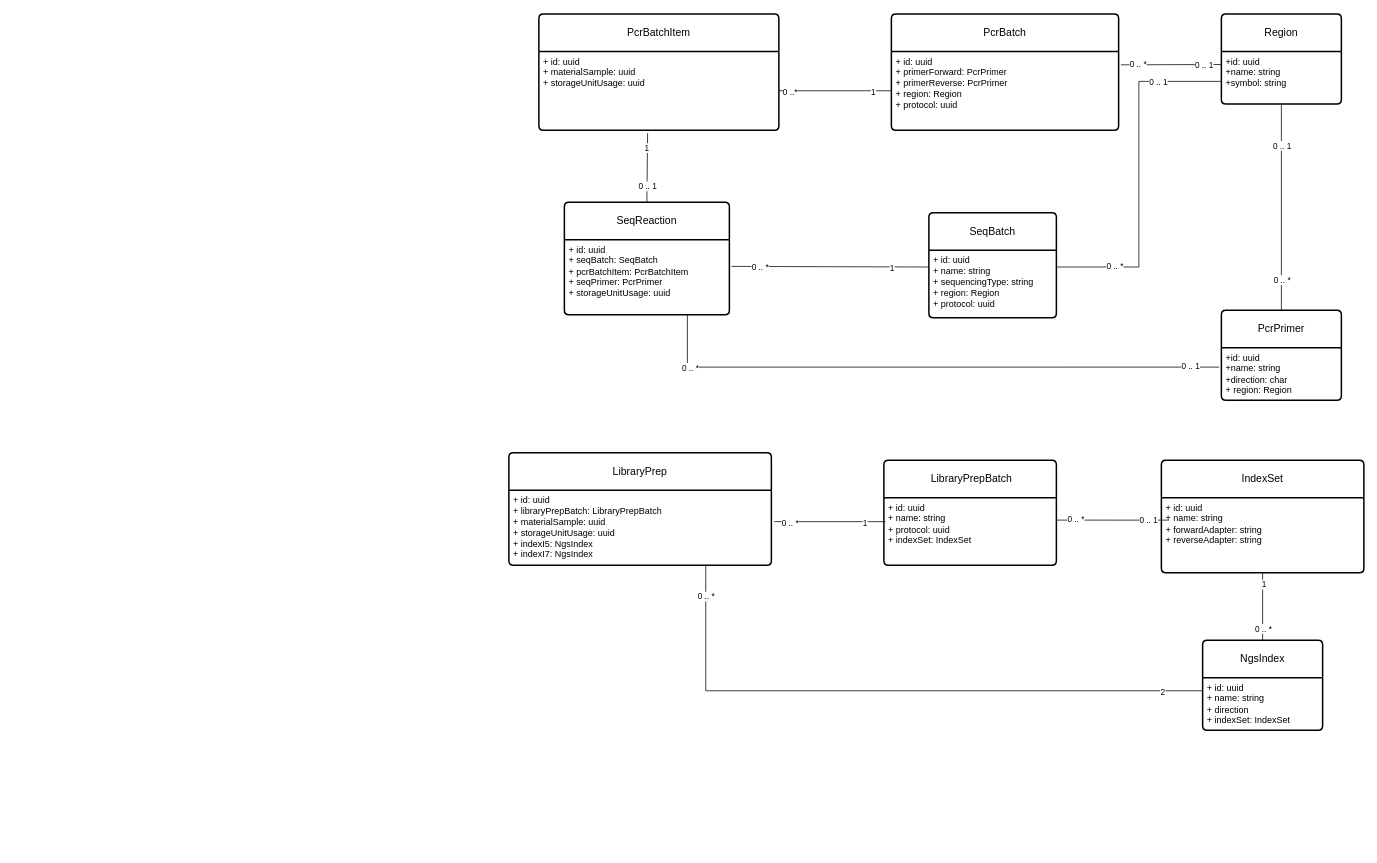
This is docs/sequencingModule.drawio from AAFC-BICoE/seqdb-api, a draw.io file, before an edit. Source tidied: cells renumbered, new cells numbered last; positions are measured from the earlier drawing's top-left corner, leaving out a move shared by most shapes. Both pictures are drawn from the tidied source at 75%, with x=0, y=0 at pixel (508, 14).
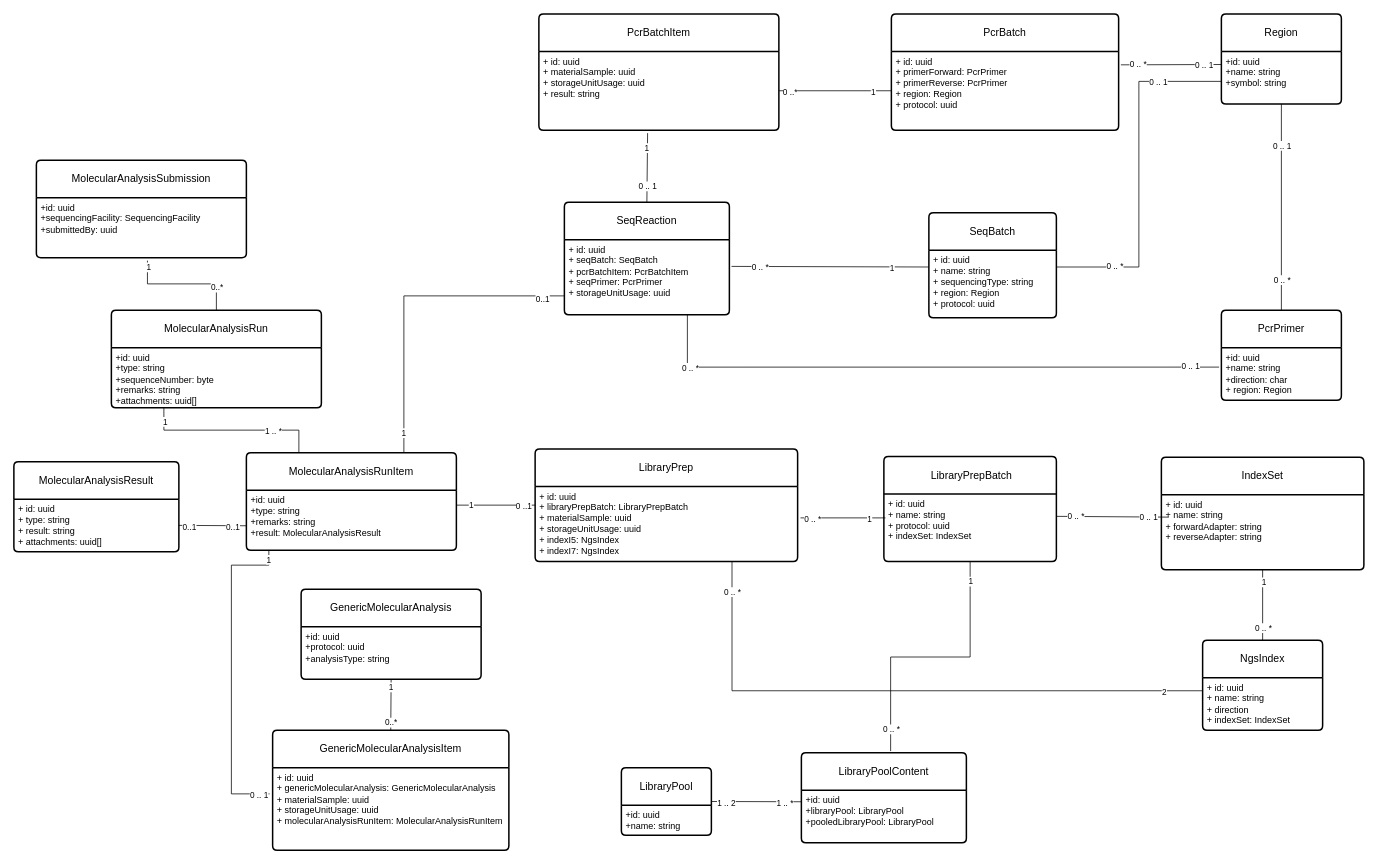
The same page after the edit.

Unchanged cells that the change refers to:
```xml
<mxCell id="2" value="PcrBatchItem" style="swimlane;horizontal=1;startSize=50;rounded=1;fontSize=14;fontStyle=0;strokeWidth=2;shadow=0;dashed=0;align=center;arcSize=4;whiteSpace=wrap;html=1;" parent="1" vertex="1">
  <mxGeometry x="40" width="320" height="155" as="geometry" />
</mxCell>
<mxCell id="22" value="+ id: uuid&lt;br&gt;+ seqBatch: SeqBatch&lt;br&gt;+ pcrBatchItem: PcrBatchItem&lt;div&gt;+ seqPrimer: PcrPrimer&lt;/div&gt;&lt;div&gt;+&amp;nbsp;storageUnitUsage: uuid&lt;/div&gt;" style="align=left;strokeColor=none;fillColor=none;spacingLeft=4;fontSize=12;verticalAlign=top;html=1;" parent="21" vertex="1">
  <mxGeometry y="50" width="220" height="100" as="geometry" />
</mxCell>
<mxCell id="36" value="+ id: uuid&lt;br&gt;+ libraryPrepBatch: LibraryPrepBatch&lt;br&gt;+&amp;nbsp;materialSample: uuid&lt;div&gt;+&amp;nbsp;storageUnitUsage: uuid&lt;/div&gt;&lt;div&gt;+&amp;nbsp;indexI5: NgsIndex&lt;/div&gt;&lt;div&gt;+&amp;nbsp;indexI7: NgsIndex&lt;/div&gt;" style="align=left;strokeColor=none;fillColor=none;spacingLeft=4;fontSize=12;verticalAlign=top;html=1;" parent="35" vertex="1">
  <mxGeometry y="50" width="350" height="100" as="geometry" />
</mxCell>
<mxCell id="38" value="+ id: uuid&lt;br&gt;+ name: string&lt;br&gt;+ protocol: uuid&lt;div&gt;+&amp;nbsp;indexSet: IndexSet&lt;/div&gt;" style="align=left;strokeColor=none;fillColor=none;spacingLeft=4;fontSize=12;verticalAlign=top;html=1;" parent="37" vertex="1">
  <mxGeometry y="50" width="230" height="90" as="geometry" />
</mxCell>
```

Diff of the diagram source:
```diff
@@
-    <mxCell id="3" value="+ id: uuid&lt;br&gt;+ materialSample: uuid&lt;br&gt;+ storageUnitUsage: uuid" style="align=left;strokeColor=none;fillColor=none;spacingLeft=4;fontSize=12;verticalAlign=top;html=1;" parent="2" vertex="1">
+    <mxCell id="3" value="+ id: uuid&lt;br&gt;+ materialSample: uuid&lt;br&gt;+ storageUnitUsage: uuid&lt;div&gt;+ result: string&lt;/div&gt;" style="align=left;strokeColor=none;fillColor=none;spacingLeft=4;fontSize=12;verticalAlign=top;html=1;" parent="2" vertex="1">
       <mxGeometry y="50" width="320" height="105" as="geometry" />
     </mxCell>
@@
     <mxCell id="35" value="LibraryPrep" style="swimlane;horizontal=1;startSize=50;rounded=1;fontSize=14;fontStyle=0;strokeWidth=2;shadow=0;dashed=0;align=center;arcSize=4;whiteSpace=wrap;html=1;" parent="1" vertex="1">
-      <mxGeometry y="585" width="350" height="150" as="geometry" />
+      <mxGeometry x="35" y="580" width="350" height="150" as="geometry" />
     </mxCell>
@@
     <mxCell id="37" value="&amp;nbsp;LibraryPrepBatch" style="swimlane;horizontal=1;startSize=50;rounded=1;fontSize=14;fontStyle=0;strokeWidth=2;shadow=0;dashed=0;align=center;arcSize=4;whiteSpace=wrap;html=1;" parent="1" vertex="1">
-      <mxGeometry x="500" y="595" width="230" height="140" as="geometry" />
+      <mxGeometry x="500" y="590" width="230" height="140" as="geometry" />
     </mxCell>
@@
     <mxCell id="39" value="IndexSet" style="swimlane;horizontal=1;startSize=50;rounded=1;fontSize=14;fontStyle=0;strokeWidth=2;shadow=0;dashed=0;align=center;arcSize=4;whiteSpace=wrap;html=1;" parent="1" vertex="1">
-      <mxGeometry x="870" y="595" width="270" height="150" as="geometry" />
+      <mxGeometry x="870" y="591" width="270" height="150" as="geometry" />
     </mxCell>
@@
+    <mxCell id="55" value="MolecularAnalysisResult" style="swimlane;horizontal=1;startSize=50;rounded=1;fontSize=14;fontStyle=0;strokeWidth=2;shadow=0;dashed=0;align=center;arcSize=4;whiteSpace=wrap;html=1;" parent="1" vertex="1">
+      <mxGeometry x="-660" y="597" width="220" height="120" as="geometry" />
+    </mxCell>
+    <mxCell id="56" value="+ id: uuid&lt;div&gt;+ type: string&lt;br&gt;+ result: string&lt;br&gt;+ attachments: uuid[]&lt;/div&gt;" style="align=left;strokeColor=none;fillColor=none;spacingLeft=4;fontSize=12;verticalAlign=top;html=1;" parent="55" vertex="1">
+      <mxGeometry y="50" width="220" height="70" as="geometry" />
+    </mxCell>
+    <mxCell id="57" value="GenericMolecularAnalysisItem" style="swimlane;horizontal=1;startSize=50;rounded=1;fontSize=14;fontStyle=0;strokeWidth=2;shadow=0;dashed=0;align=center;arcSize=4;whiteSpace=wrap;html=1;" parent="1" vertex="1">
+      <mxGeometry x="-315" y="955" width="315" height="160" as="geometry" />
+    </mxCell>
+    <mxCell id="58" value="+ id: uuid&lt;div style=&quot;&quot;&gt;+ g&lt;span style=&quot;text-align: center; text-wrap: wrap;&quot;&gt;enericMolecularAnalysis:&amp;nbsp;&lt;/span&gt;&lt;span style=&quot;text-align: center; text-wrap: wrap;&quot;&gt;GenericMolecularAnalysis&lt;/span&gt;&lt;br&gt;+&amp;nbsp;materialSample: uuid&lt;div&gt;+&amp;nbsp;storageUnitUsage: uuid&lt;/div&gt;&lt;div&gt;+ molecularAnalysisRunItem: M&lt;span style=&quot;background-color: initial;&quot;&gt;olecularAnalysisRunItem&lt;/span&gt;&lt;/div&gt;&lt;/div&gt;" style="align=left;strokeColor=none;fillColor=none;spacingLeft=4;fontSize=12;verticalAlign=top;html=1;" parent="57" vertex="1">
+      <mxGeometry y="50" width="315" height="110" as="geometry" />
+    </mxCell>
+    <mxCell id="59" value="GenericMolecularAnalysis" style="swimlane;horizontal=1;startSize=50;rounded=1;fontSize=14;fontStyle=0;strokeWidth=2;shadow=0;dashed=0;align=center;arcSize=4;whiteSpace=wrap;html=1;" parent="1" vertex="1">
+      <mxGeometry x="-277" y="767" width="240" height="120" as="geometry" />
+    </mxCell>
+    <mxCell id="60" value="+id: uuid&lt;br&gt;+protocol: uuid&lt;br&gt;+analysisType: string" style="align=left;strokeColor=none;fillColor=none;spacingLeft=4;fontSize=12;verticalAlign=top;html=1;" parent="59" vertex="1">
+      <mxGeometry y="50" width="240" height="70" as="geometry" />
+    </mxCell>
+    <mxCell id="61" style="endArrow=none;html=1;rounded=0;exitX=0.5;exitY=1;exitDx=0;exitDy=0;entryX=0.5;entryY=0;entryDx=0;entryDy=0;" parent="1" edge="1" source="60" target="57">
+      <mxGeometry relative="1" as="geometry" />
+    </mxCell>
+    <mxCell id="62" value="1" style="edgeLabel;html=1;align=center;verticalAlign=middle;" parent="61" vertex="1">
+      <mxGeometry x="-0.68" relative="1" as="geometry" />
+    </mxCell>
+    <mxCell id="63" value="0..*" style="edgeLabel;html=1;align=center;verticalAlign=middle;" parent="61" vertex="1">
+      <mxGeometry x="0.72" relative="1" as="geometry" />
+    </mxCell>
+    <mxCell id="64" value="MolecularAnalysisSubmission" style="swimlane;horizontal=1;startSize=50;rounded=1;fontSize=14;fontStyle=0;strokeWidth=2;shadow=0;dashed=0;align=center;arcSize=4;whiteSpace=wrap;html=1;" parent="1" vertex="1">
+      <mxGeometry x="-630" y="195" width="280" height="130" as="geometry" />
+    </mxCell>
+    <mxCell id="65" value="+id: uuid&lt;br&gt;+sequencingFacility: SequencingFacility&lt;br&gt;+submittedBy: uuid" style="align=left;strokeColor=none;fillColor=none;spacingLeft=4;fontSize=12;verticalAlign=top;html=1;" parent="64" vertex="1">
+      <mxGeometry y="50" width="280" height="80" as="geometry" />
+    </mxCell>
+    <mxCell id="66" value="MolecularAnalysisRun" style="swimlane;horizontal=1;startSize=50;rounded=1;fontSize=14;fontStyle=0;strokeWidth=2;shadow=0;dashed=0;align=center;arcSize=4;whiteSpace=wrap;html=1;" parent="1" vertex="1">
+      <mxGeometry x="-530" y="395" width="280" height="130" as="geometry" />
+    </mxCell>
+    <mxCell id="67" value="+id: uuid&lt;br&gt;+type: string&lt;div&gt;+sequenceNumber: byte&lt;br&gt;+remarks: string&lt;/div&gt;&lt;div&gt;+attachments: uuid[]&lt;/div&gt;" style="align=left;strokeColor=none;fillColor=none;spacingLeft=4;fontSize=12;verticalAlign=top;html=1;" parent="66" vertex="1">
+      <mxGeometry y="50" width="280" height="80" as="geometry" />
+    </mxCell>
+    <mxCell id="68" style="endArrow=none;html=1;rounded=0;exitX=0.529;exitY=1.05;exitDx=0;exitDy=0;exitPerimeter=0;entryX=0.5;entryY=0;entryDx=0;entryDy=0;edgeStyle=orthogonalEdgeStyle;" parent="1" edge="1" source="65" target="66">
+      <mxGeometry relative="1" as="geometry" />
+    </mxCell>
+    <mxCell id="69" value="0..*" style="edgeLabel;html=1;align=center;verticalAlign=middle;" parent="68" vertex="1">
+      <mxGeometry x="0.61" relative="1" as="geometry" />
+    </mxCell>
+    <mxCell id="70" value="1" style="edgeLabel;html=1;align=center;verticalAlign=middle;" parent="68" vertex="1">
+      <mxGeometry x="-0.9" y="1" relative="1" as="geometry" />
+    </mxCell>
+    <mxCell id="71" value="MolecularAnalysisRunItem" style="swimlane;horizontal=1;startSize=50;rounded=1;fontSize=14;fontStyle=0;strokeWidth=2;shadow=0;dashed=0;align=center;arcSize=4;whiteSpace=wrap;html=1;" parent="1" vertex="1">
+      <mxGeometry x="-350" y="585" width="280" height="130" as="geometry" />
+    </mxCell>
+    <mxCell id="72" value="+id: uuid&lt;br&gt;+type: string&lt;br&gt;+remarks: string&lt;div&gt;+result: MolecularAnalysisResult&lt;/div&gt;" style="align=left;strokeColor=none;fillColor=none;spacingLeft=4;fontSize=12;verticalAlign=top;html=1;" parent="71" vertex="1">
+      <mxGeometry y="50" width="280" height="80" as="geometry" />
+    </mxCell>
+    <mxCell id="73" style="endArrow=none;html=1;rounded=0;exitX=0.75;exitY=0;exitDx=0;exitDy=0;entryX=0;entryY=0.75;entryDx=0;entryDy=0;edgeStyle=orthogonalEdgeStyle;" parent="1" edge="1" source="71" target="22">
+      <mxGeometry relative="1" as="geometry" />
+    </mxCell>
+    <mxCell id="74" value="1" style="edgeLabel;html=1;align=center;verticalAlign=middle;" parent="73" vertex="1">
+      <mxGeometry x="-0.87" y="1" relative="1" as="geometry" />
+    </mxCell>
+    <mxCell id="75" value="0..1" style="edgeLabel;html=1;align=center;verticalAlign=middle;" parent="73" vertex="1">
+      <mxGeometry x="0.86" y="-3" relative="1" as="geometry" />
+    </mxCell>
+    <mxCell id="76" style="endArrow=none;html=1;rounded=0;exitX=1;exitY=0.5;exitDx=0;exitDy=0;entryX=0;entryY=0.75;entryDx=0;entryDy=0;" parent="1" edge="1" source="56" target="71">
+      <mxGeometry relative="1" as="geometry" />
+    </mxCell>
+    <mxCell id="77" value="0..1" style="edgeLabel;html=1;align=center;verticalAlign=middle;" parent="76" vertex="1">
+      <mxGeometry x="-0.69" y="-1" relative="1" as="geometry" />
+    </mxCell>
+    <mxCell id="78" value="0..1" style="edgeLabel;html=1;align=center;verticalAlign=middle;" parent="76" vertex="1">
+      <mxGeometry x="0.6" y="-2" relative="1" as="geometry" />
+    </mxCell>
+    <mxCell id="79" style="endArrow=none;html=1;rounded=0;exitX=0.25;exitY=1;exitDx=0;exitDy=0;entryX=0.25;entryY=0;entryDx=0;entryDy=0;edgeStyle=orthogonalEdgeStyle;" parent="1" edge="1" source="67" target="71">
+      <mxGeometry relative="1" as="geometry" />
+    </mxCell>
+    <mxCell id="80" value="1 .. *" style="edgeLabel;html=1;align=center;verticalAlign=middle;" parent="79" vertex="1">
+      <mxGeometry x="0.46" y="-1" relative="1" as="geometry" />
+    </mxCell>
+    <mxCell id="81" value="1" style="edgeLabel;html=1;align=center;verticalAlign=middle;" parent="79" vertex="1">
+      <mxGeometry x="-0.85" y="1" relative="1" as="geometry" />
+    </mxCell>
+    <mxCell id="82" value="LibraryPool" style="swimlane;horizontal=1;startSize=50;rounded=1;fontSize=14;fontStyle=0;strokeWidth=2;shadow=0;dashed=0;align=center;arcSize=4;whiteSpace=wrap;html=1;" parent="1" vertex="1">
+      <mxGeometry x="150" y="1005" width="120" height="90" as="geometry" />
+    </mxCell>
+    <mxCell id="83" value="+id: uuid&lt;br&gt;+name: string" style="align=left;strokeColor=none;fillColor=none;spacingLeft=4;fontSize=12;verticalAlign=top;html=1;" parent="82" vertex="1">
+      <mxGeometry y="50" width="120" height="40" as="geometry" />
+    </mxCell>
+    <mxCell id="84" value="LibraryPoolContent" style="swimlane;horizontal=1;startSize=50;rounded=1;fontSize=14;fontStyle=0;strokeWidth=2;shadow=0;dashed=0;align=center;arcSize=4;whiteSpace=wrap;html=1;" parent="1" vertex="1">
+      <mxGeometry x="390" y="985" width="220" height="120" as="geometry" />
+    </mxCell>
+    <mxCell id="85" value="+id: uuid&lt;br&gt;+libraryPool: LibraryPool&lt;div&gt;+pooledLibraryPool: LibraryPool&lt;/div&gt;" style="align=left;strokeColor=none;fillColor=none;spacingLeft=4;fontSize=12;verticalAlign=top;html=1;" parent="84" vertex="1">
+      <mxGeometry y="50" width="220" height="70" as="geometry" />
+    </mxCell>
+    <mxCell id="86" style="endArrow=none;html=1;rounded=0;entryX=0.5;entryY=1;entryDx=0;entryDy=0;exitX=0.541;exitY=-0.017;exitDx=0;exitDy=0;exitPerimeter=0;edgeStyle=orthogonalEdgeStyle;" parent="1" edge="1" source="84" target="38">
+      <mxGeometry relative="1" as="geometry" />
+    </mxCell>
+    <mxCell id="87" value="1" style="edgeLabel;html=1;align=center;verticalAlign=middle;" parent="86" vertex="1">
+      <mxGeometry x="0.85" relative="1" as="geometry" />
+    </mxCell>
+    <mxCell id="88" value="0 .. *" style="edgeLabel;html=1;align=center;verticalAlign=middle;" parent="86" vertex="1">
+      <mxGeometry x="-0.84" relative="1" as="geometry" />
+    </mxCell>
+    <mxCell id="89" style="endArrow=none;html=1;rounded=0;entryX=0;entryY=0.25;entryDx=0;entryDy=0;" parent="1" edge="1" source="82">
+      <mxGeometry relative="1" as="geometry">
+        <mxPoint x="390" y="1050.5" as="targetPoint" />
+      </mxGeometry>
+    </mxCell>
+    <mxCell id="90" value="1 .. 2" style="edgeLabel;html=1;align=center;verticalAlign=middle;" parent="89" vertex="1">
+      <mxGeometry x="-0.67" y="-1" relative="1" as="geometry" />
+    </mxCell>
+    <mxCell id="91" value="1 .. *" style="edgeLabel;html=1;align=center;verticalAlign=middle;" parent="89" vertex="1">
+      <mxGeometry x="0.63" y="-2" relative="1" as="geometry" />
+    </mxCell>
+    <mxCell id="92" style="endArrow=none;html=1;rounded=0;entryX=-0.013;entryY=0.318;entryDx=0;entryDy=0;entryPerimeter=0;exitX=0.107;exitY=1;exitDx=0;exitDy=0;exitPerimeter=0;edgeStyle=orthogonalEdgeStyle;" parent="1" edge="1" source="72" target="58">
+      <mxGeometry relative="1" as="geometry">
+        <Array as="points">
+          <mxPoint x="-320" y="735" />
+          <mxPoint x="-370" y="735" />
+          <mxPoint x="-370" y="1040" />
+        </Array>
+      </mxGeometry>
+    </mxCell>
+    <mxCell id="93" value="1" style="edgeLabel;html=1;align=center;verticalAlign=middle;" parent="92" vertex="1">
+      <mxGeometry x="-0.94" relative="1" as="geometry" />
+    </mxCell>
+    <mxCell id="94" value="0 .. 1" style="edgeLabel;html=1;align=center;verticalAlign=middle;" parent="92" vertex="1">
+      <mxGeometry x="0.93" y="-2" relative="1" as="geometry" />
+    </mxCell>
+    <mxCell id="95" style="endArrow=none;html=1;rounded=0;exitX=1;exitY=0.25;exitDx=0;exitDy=0;entryX=0;entryY=0.25;entryDx=0;entryDy=0;edgeStyle=orthogonalEdgeStyle;" parent="1" edge="1" source="72" target="36">
+      <mxGeometry relative="1" as="geometry" />
+    </mxCell>
+    <mxCell id="96" value="0 ..1" style="edgeLabel;html=1;align=center;verticalAlign=middle;" parent="95" vertex="1">
+      <mxGeometry x="0.7" relative="1" as="geometry" />
+    </mxCell>
+    <mxCell id="97" value="1" style="edgeLabel;html=1;align=center;verticalAlign=middle;" parent="95" vertex="1">
+      <mxGeometry x="-0.64" y="1" relative="1" as="geometry" />
+    </mxCell>
```
